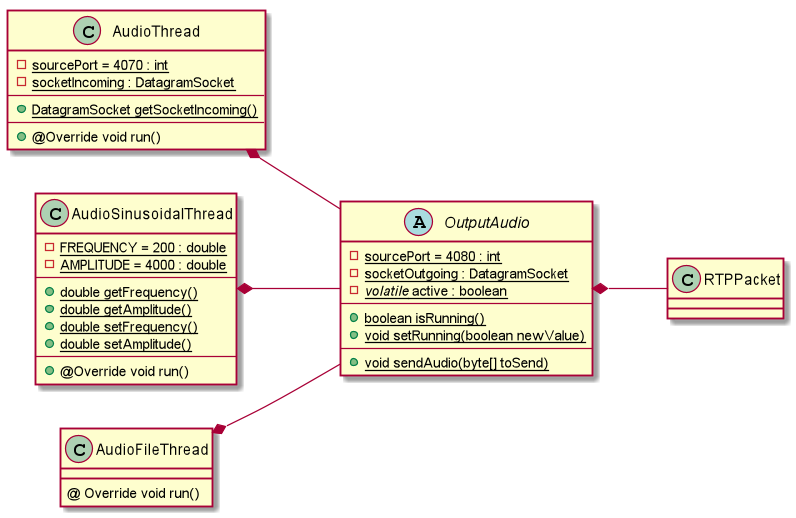
Above: Documentation/UML Diagrams/Class Diagram/RTP_Class_Diagram.png in danielepelleg/VoIP (PlantUML), before the change.
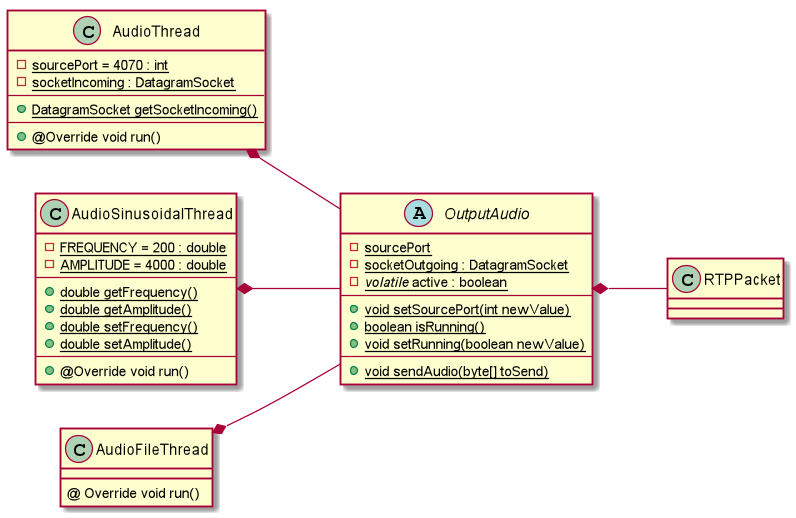
The same file after the commit.

The edit, as a diff of the source:
```diff
@@ -1,10 +1,11 @@
 @startuml
 left to right direction
 abstract class OutputAudio{
-    - {static} sourcePort = 4080 : int
+    - {static} sourcePort
     - {static} socketOutgoing : DatagramSocket
     - {static} <i>volatile</i> active : boolean
     --
+    + {static} void setSourcePort(int newValue)
     + {static} boolean isRunning()
     + {static} void setRunning(boolean newValue)
     --
```
